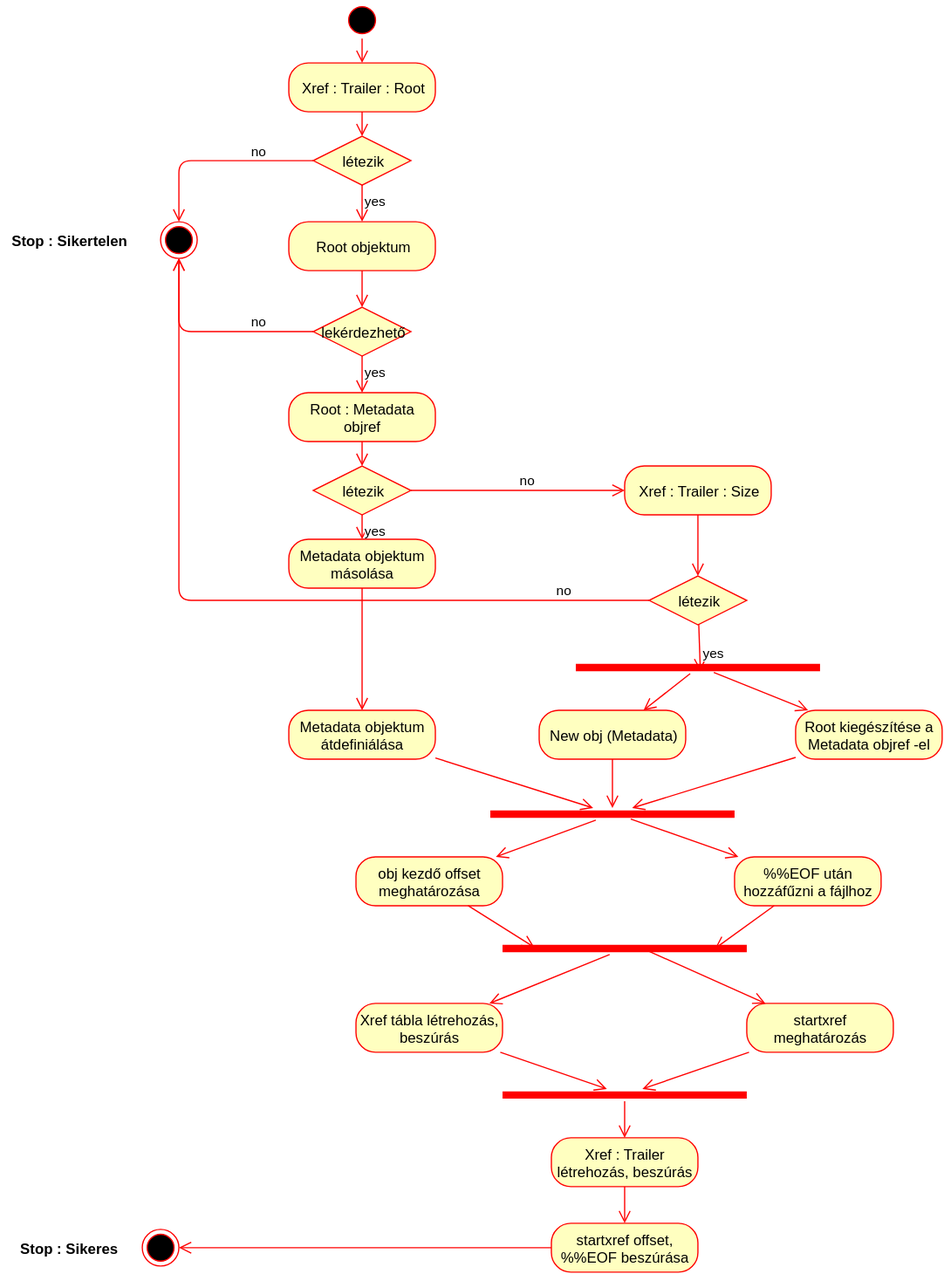
This is 0_dokumentacio/editXMPmetadata.svg from srt2015/tcpdf, a draw.io export, as it was before one commit. Source tidied: cells renumbered, new cells last; positions are measured from the earlier drawing's top-left corner, leaving out a move shared by most shapes.
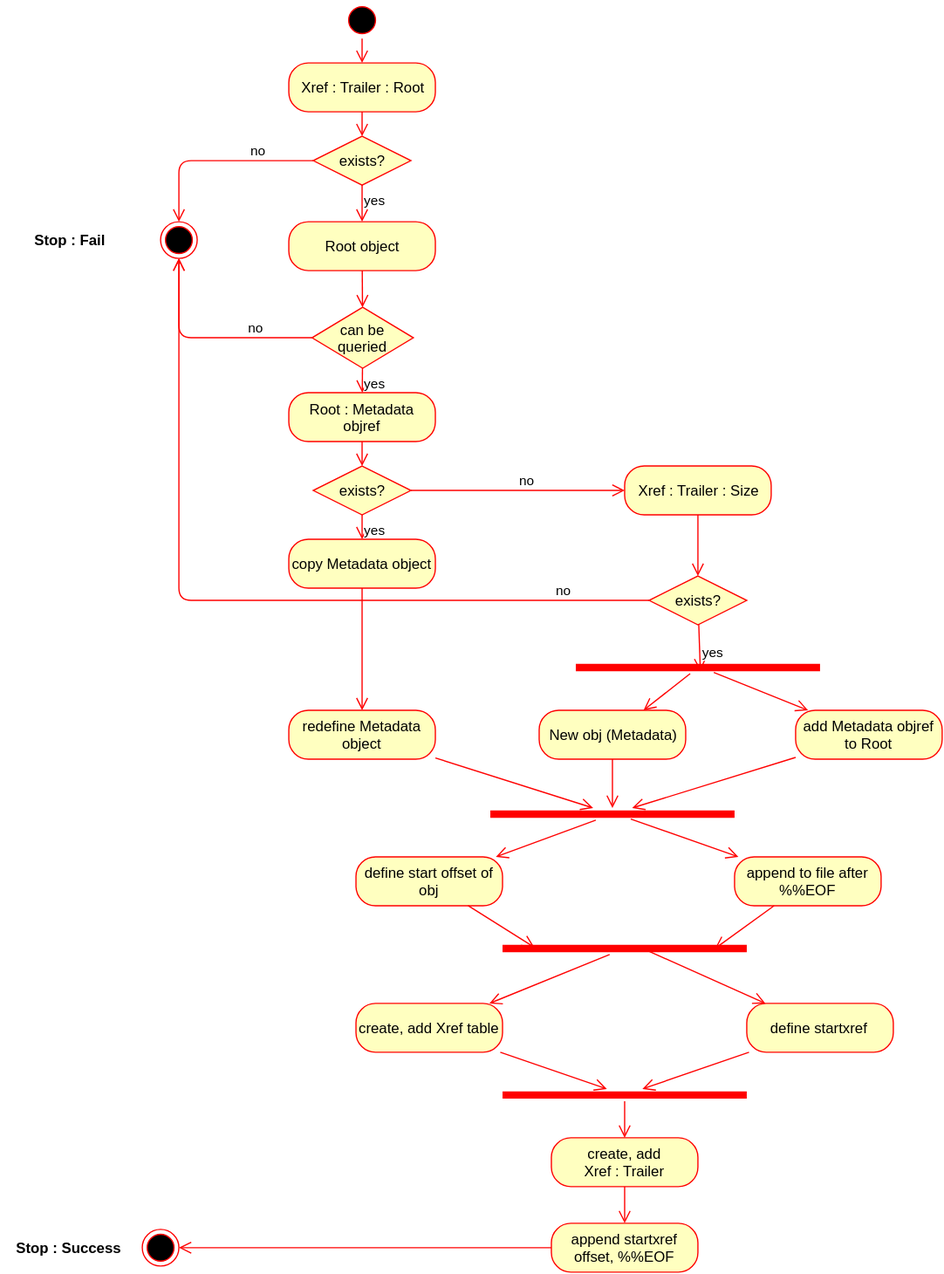
After the commit.

The edit, as a diff of the source:
```diff
@@ -14,7 +14,7 @@
     <mxCell id="5" style="html=1;verticalAlign=bottom;endArrow=open;endSize=8;strokeColor=#ff0000;" parent="1" edge="1" source="4" target="6">
       <mxGeometry relative="1" as="geometry" />
     </mxCell>
-    <mxCell id="6" value="létezik" style="rhombus;whiteSpace=wrap;html=1;fillColor=#ffffc0;strokeColor=#ff0000;" parent="1" vertex="1">
+    <mxCell id="6" value="exists?" style="rhombus;whiteSpace=wrap;html=1;fillColor=#ffffc0;strokeColor=#ff0000;" parent="1" vertex="1">
       <mxGeometry x="255" y="110" width="80" height="40" as="geometry" />
     </mxCell>
     <mxCell id="7" value="no" style="html=1;align=left;verticalAlign=bottom;endArrow=open;endSize=8;strokeColor=#ff0000;edgeStyle=orthogonalEdgeStyle;" parent="1" edge="1" source="6" target="9">
@@ -26,14 +26,14 @@
     <mxCell id="9" style="ellipse;html=1;shape=endState;fillColor=#000000;strokeColor=#ff0000;" parent="1" vertex="1">
       <mxGeometry x="130" y="180" width="30" height="30" as="geometry" />
     </mxCell>
-    <mxCell id="10" value="Root objektum" style="rounded=1;whiteSpace=wrap;html=1;arcSize=40;fillColor=#ffffc0;strokeColor=#ff0000;" parent="1" vertex="1">
+    <mxCell id="10" value="Root object" style="rounded=1;whiteSpace=wrap;html=1;arcSize=40;fillColor=#ffffc0;strokeColor=#ff0000;" parent="1" vertex="1">
       <mxGeometry x="235" y="180" width="120" height="40" as="geometry" />
     </mxCell>
     <mxCell id="11" style="html=1;verticalAlign=bottom;endArrow=open;endSize=8;strokeColor=#ff0000;" parent="1" edge="1" source="10" target="12">
       <mxGeometry relative="1" as="geometry" />
     </mxCell>
-    <mxCell id="12" value="lekérdezhető" style="rhombus;whiteSpace=wrap;html=1;fillColor=#ffffc0;strokeColor=#ff0000;" parent="1" vertex="1">
-      <mxGeometry x="255" y="250" width="80" height="40" as="geometry" />
+    <mxCell id="12" value="can be queried" style="rhombus;whiteSpace=wrap;html=1;fillColor=#ffffc0;strokeColor=#ff0000;" parent="1" vertex="1">
+      <mxGeometry x="254" y="250" width="83" height="50" as="geometry" />
     </mxCell>
     <mxCell id="13" value="no" style="html=1;align=left;verticalAlign=bottom;endArrow=open;endSize=8;strokeColor=#ff0000;edgeStyle=orthogonalEdgeStyle;" parent="1" edge="1" source="12" target="9">
       <mxGeometry x="-0.38" relative="1" as="geometry" />
@@ -47,7 +47,7 @@
     <mxCell id="16" style="html=1;verticalAlign=bottom;endArrow=open;endSize=8;strokeColor=#ff0000;" parent="1" edge="1" source="15" target="17">
       <mxGeometry relative="1" as="geometry" />
     </mxCell>
-    <mxCell id="17" value="létezik" style="rhombus;whiteSpace=wrap;html=1;fillColor=#ffffc0;strokeColor=#ff0000;" parent="1" vertex="1">
+    <mxCell id="17" value="exists?" style="rhombus;whiteSpace=wrap;html=1;fillColor=#ffffc0;strokeColor=#ff0000;" parent="1" vertex="1">
       <mxGeometry x="255" y="380" width="80" height="40" as="geometry" />
     </mxCell>
     <mxCell id="18" value="no" style="html=1;align=left;verticalAlign=bottom;endArrow=open;endSize=8;strokeColor=#ff0000;" parent="1" edge="1" source="17" target="22">
@@ -56,7 +56,7 @@
     <mxCell id="19" value="yes" style="html=1;align=left;verticalAlign=top;endArrow=open;endSize=8;strokeColor=#ff0000;" parent="1" edge="1" source="17" target="20">
       <mxGeometry x="-1" relative="1" as="geometry" />
     </mxCell>
-    <mxCell id="20" value="Metadata objektum másolása" style="rounded=1;whiteSpace=wrap;html=1;arcSize=40;fillColor=#ffffc0;strokeColor=#ff0000;" parent="1" vertex="1">
+    <mxCell id="20" value="copy Metadata object" style="rounded=1;whiteSpace=wrap;html=1;arcSize=40;fillColor=#ffffc0;strokeColor=#ff0000;" parent="1" vertex="1">
       <mxGeometry x="235" y="440" width="120" height="40" as="geometry" />
     </mxCell>
     <mxCell id="21" style="html=1;verticalAlign=bottom;endArrow=open;endSize=8;strokeColor=#ff0000;" parent="1" edge="1" source="20" target="34">
@@ -68,7 +68,7 @@
     <mxCell id="23" style="html=1;verticalAlign=bottom;endArrow=open;endSize=8;strokeColor=#ff0000;" parent="1" edge="1" source="22" target="24">
       <mxGeometry relative="1" as="geometry" />
     </mxCell>
-    <mxCell id="24" value="létezik" style="rhombus;whiteSpace=wrap;html=1;fillColor=#ffffc0;strokeColor=#ff0000;" parent="1" vertex="1">
+    <mxCell id="24" value="exists?" style="rhombus;whiteSpace=wrap;html=1;fillColor=#ffffc0;strokeColor=#ff0000;" parent="1" vertex="1">
       <mxGeometry x="530" y="470" width="80" height="40" as="geometry" />
     </mxCell>
     <mxCell id="25" value="no" style="html=1;align=left;verticalAlign=bottom;endArrow=open;endSize=8;strokeColor=#ff0000;edgeStyle=orthogonalEdgeStyle;" parent="1" edge="1" source="24" target="9">
@@ -96,25 +96,25 @@
     <mxCell id="31" style="html=1;verticalAlign=bottom;endArrow=open;endSize=8;strokeColor=#ff0000;" parent="1" edge="1" source="30" target="40">
       <mxGeometry relative="1" as="geometry" />
     </mxCell>
-    <mxCell id="32" value="Root kiegészítése a Metadata objref -el" style="rounded=1;whiteSpace=wrap;html=1;arcSize=40;fillColor=#ffffc0;strokeColor=#ff0000;" parent="1" vertex="1">
+    <mxCell id="32" value="add Metadata objref to Root" style="rounded=1;whiteSpace=wrap;html=1;arcSize=40;fillColor=#ffffc0;strokeColor=#ff0000;" parent="1" vertex="1">
       <mxGeometry x="650" y="580" width="120" height="40" as="geometry" />
     </mxCell>
     <mxCell id="33" style="html=1;verticalAlign=bottom;endArrow=open;endSize=8;strokeColor=#ff0000;" parent="1" edge="1" source="32" target="40">
       <mxGeometry relative="1" as="geometry" />
     </mxCell>
-    <mxCell id="34" value="Metadata objektum átdefiniálása" style="rounded=1;whiteSpace=wrap;html=1;arcSize=40;fillColor=#ffffc0;strokeColor=#ff0000;" parent="1" vertex="1">
+    <mxCell id="34" value="redefine Metadata object" style="rounded=1;whiteSpace=wrap;html=1;arcSize=40;fillColor=#ffffc0;strokeColor=#ff0000;" parent="1" vertex="1">
       <mxGeometry x="235" y="580" width="120" height="40" as="geometry" />
     </mxCell>
     <mxCell id="35" style="html=1;verticalAlign=bottom;endArrow=open;endSize=8;strokeColor=#ff0000;" parent="1" edge="1" source="34" target="40">
       <mxGeometry relative="1" as="geometry" />
     </mxCell>
-    <mxCell id="36" value="%%EOF után hozzáfűzni a fájlhoz" style="rounded=1;whiteSpace=wrap;html=1;arcSize=40;fillColor=#ffffc0;strokeColor=#ff0000;" parent="1" vertex="1">
+    <mxCell id="36" value="append to file after %%EOF" style="rounded=1;whiteSpace=wrap;html=1;arcSize=40;fillColor=#ffffc0;strokeColor=#ff0000;" parent="1" vertex="1">
       <mxGeometry x="600" y="700" width="120" height="40" as="geometry" />
     </mxCell>
     <mxCell id="37" style="html=1;verticalAlign=bottom;endArrow=open;endSize=8;strokeColor=#ff0000;entryX=0.87;entryY=0.5;entryPerimeter=0;" parent="1" edge="1" source="36" target="43">
       <mxGeometry relative="1" as="geometry" />
     </mxCell>
-    <mxCell id="38" value="obj kezdő offset meghatározása" style="rounded=1;whiteSpace=wrap;html=1;arcSize=40;fillColor=#ffffc0;strokeColor=#ff0000;" parent="1" vertex="1">
+    <mxCell id="38" value="define start offset of obj" style="rounded=1;whiteSpace=wrap;html=1;arcSize=40;fillColor=#ffffc0;strokeColor=#ff0000;" parent="1" vertex="1">
       <mxGeometry x="290" y="700" width="120" height="40" as="geometry" />
     </mxCell>
     <mxCell id="39" style="html=1;verticalAlign=bottom;endArrow=open;endSize=8;strokeColor=#ff0000;entryX=0.13;entryY=0.4;entryPerimeter=0;" parent="1" edge="1" source="38" target="43">
@@ -135,13 +135,13 @@
     <mxCell id="44" style="html=1;verticalAlign=bottom;endArrow=open;endSize=8;strokeColor=#ff0000;" parent="1" edge="1" source="43" target="45">
       <mxGeometry relative="1" as="geometry" />
     </mxCell>
-    <mxCell id="45" value="Xref tábla létrehozás, beszúrás" style="rounded=1;whiteSpace=wrap;html=1;arcSize=40;fillColor=#ffffc0;strokeColor=#ff0000;" parent="1" vertex="1">
+    <mxCell id="45" value="create, add Xref table" style="rounded=1;whiteSpace=wrap;html=1;arcSize=40;fillColor=#ffffc0;strokeColor=#ff0000;" parent="1" vertex="1">
       <mxGeometry x="290" y="820" width="120" height="40" as="geometry" />
     </mxCell>
     <mxCell id="46" style="html=1;verticalAlign=bottom;endArrow=open;endSize=8;strokeColor=#ff0000;" parent="1" edge="1" source="45" target="52">
       <mxGeometry relative="1" as="geometry" />
     </mxCell>
-    <mxCell id="47" value="startxref meghatározás" style="rounded=1;whiteSpace=wrap;html=1;arcSize=40;fillColor=#ffffc0;strokeColor=#ff0000;" parent="1" vertex="1">
+    <mxCell id="47" value="define startxref&amp;nbsp;" style="rounded=1;whiteSpace=wrap;html=1;arcSize=40;fillColor=#ffffc0;strokeColor=#ff0000;" parent="1" vertex="1">
       <mxGeometry x="610" y="820" width="120" height="40" as="geometry" />
     </mxCell>
     <mxCell id="48" style="html=1;verticalAlign=bottom;endArrow=open;endSize=8;strokeColor=#ff0000;" parent="1" edge="1" source="47" target="52">
@@ -150,7 +150,7 @@
     <mxCell id="49" style="html=1;verticalAlign=bottom;endArrow=open;endSize=8;strokeColor=#ff0000;exitX=0.585;exitY=0.6;exitPerimeter=0;" parent="1" edge="1" source="43" target="47">
       <mxGeometry x="423" y="1280" as="geometry" />
     </mxCell>
-    <mxCell id="50" value="Xref : Trailer létrehozás, beszúrás" style="rounded=1;whiteSpace=wrap;html=1;arcSize=40;fillColor=#ffffc0;strokeColor=#ff0000;" parent="1" vertex="1">
+    <mxCell id="50" value="&lt;span&gt;create, add&lt;/span&gt;&lt;div&gt;Xref : Trailer&lt;/div&gt;" style="rounded=1;whiteSpace=wrap;html=1;arcSize=40;fillColor=#ffffc0;strokeColor=#ff0000;" parent="1" vertex="1">
       <mxGeometry x="450" y="930" width="120" height="40" as="geometry" />
     </mxCell>
     <mxCell id="51" style="html=1;verticalAlign=bottom;endArrow=open;endSize=8;strokeColor=#ff0000;" parent="1" edge="1" source="50" target="54">
@@ -162,7 +162,7 @@
     <mxCell id="53" style="html=1;verticalAlign=bottom;endArrow=open;endSize=8;strokeColor=#ff0000;" parent="1" edge="1" source="52" target="50">
       <mxGeometry relative="1" as="geometry" />
     </mxCell>
-    <mxCell id="54" value="startxref offset, %%EOF beszúrása" style="rounded=1;whiteSpace=wrap;html=1;arcSize=40;fillColor=#ffffc0;strokeColor=#ff0000;" parent="1" vertex="1">
+    <mxCell id="54" value="append startxref offset, %%EOF" style="rounded=1;whiteSpace=wrap;html=1;arcSize=40;fillColor=#ffffc0;strokeColor=#ff0000;" parent="1" vertex="1">
       <mxGeometry x="450" y="1000" width="120" height="40" as="geometry" />
     </mxCell>
     <mxCell id="55" style="html=1;verticalAlign=bottom;endArrow=open;endSize=8;strokeColor=#ff0000;" parent="1" edge="1" source="54" target="56">
@@ -171,10 +171,10 @@
     <mxCell id="56" value="Vé" style="ellipse;html=1;shape=endState;fillColor=#000000;strokeColor=#ff0000;" parent="1" vertex="1">
       <mxGeometry x="115" y="1005" width="30" height="30" as="geometry" />
     </mxCell>
-    <mxCell id="57" value="Stop : Sikertelen" style="text;html=1;align=center;fontStyle=1;verticalAlign=middle;spacingLeft=3;spacingRight=3;strokeColor=none;" parent="1" vertex="1">
+    <mxCell id="57" value="Stop : Fail" style="text;html=1;align=center;fontStyle=1;verticalAlign=middle;spacingLeft=3;spacingRight=3;strokeColor=none;" parent="1" vertex="1">
       <mxGeometry y="180" width="110" height="30" as="geometry" />
     </mxCell>
-    <mxCell id="58" value="Stop : Sikeres" style="text;html=1;align=center;fontStyle=1;verticalAlign=middle;spacingLeft=3;spacingRight=3;strokeColor=none;" parent="1" vertex="1">
+    <mxCell id="58" value="Stop : Success" style="text;html=1;align=center;fontStyle=1;verticalAlign=middle;spacingLeft=3;spacingRight=3;strokeColor=none;" parent="1" vertex="1">
       <mxGeometry x="15" y="1007" width="80" height="26" as="geometry" />
     </mxCell>
   </root>
```
